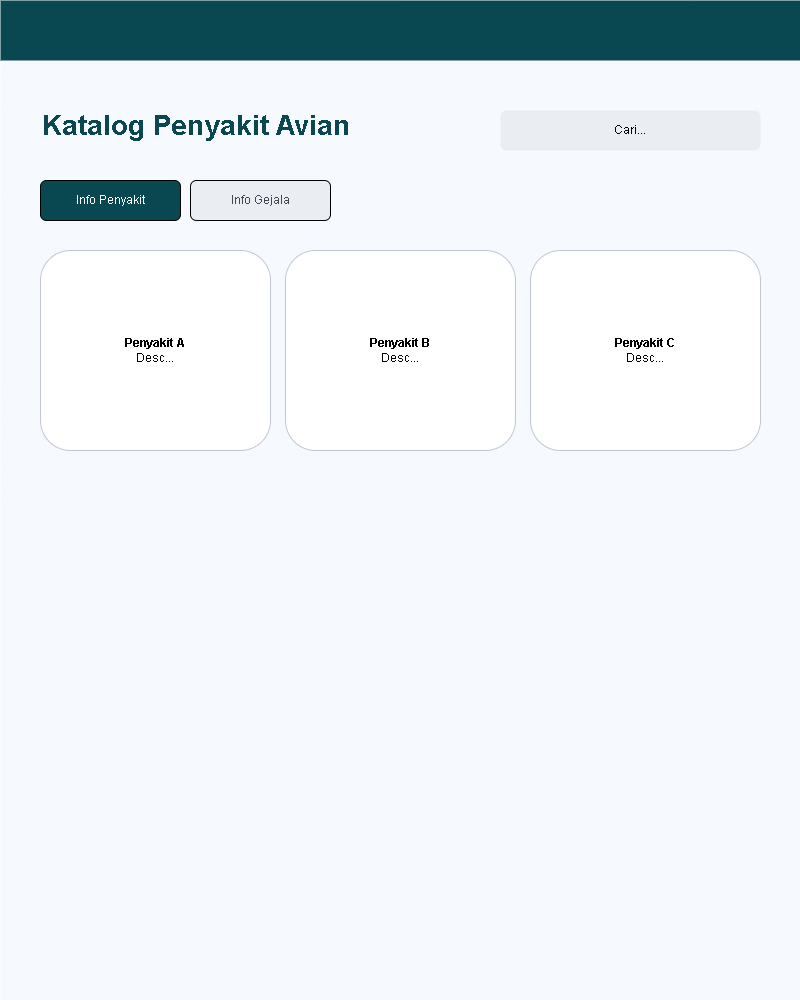
Earlier version of the draw.io export diagram/desain/katalog.png (Jinsky/Jinsky). Source tidied: cells renumbered, new cells last; positions are measured from the earlier drawing's top-left corner, leaving out a move shared by most shapes.
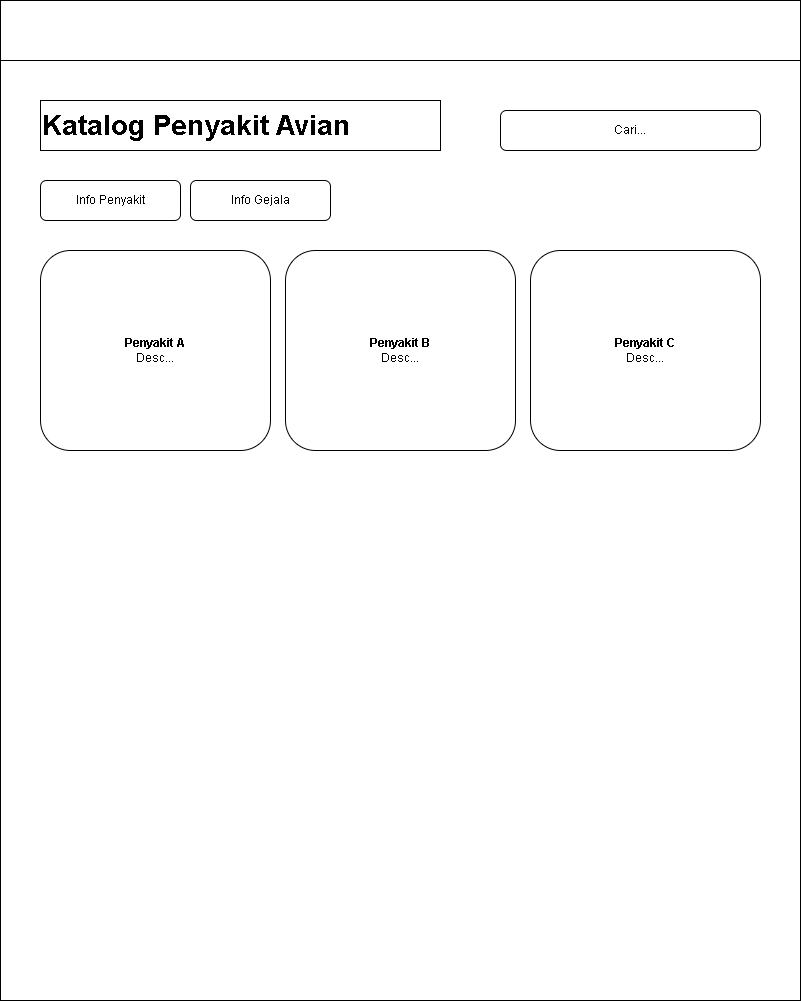
Above is the later version.

The edit, as a diff of the source:
```diff
@@ -2,31 +2,31 @@
   <root>
     <mxCell id="0" />
     <mxCell id="1" parent="0" />
-    <mxCell id="2" style="rounded=0;whiteSpace=wrap;html=1;fillColor=#f6fafe;strokeColor=none;" parent="1" vertex="1">
+    <mxCell id="2" style="rounded=0;whiteSpace=wrap;html=1;fillColor=#ffffff;strokeColor=#000000;fontColor=#000000;" parent="1" vertex="1">
       <mxGeometry width="800" height="1000" as="geometry" />
     </mxCell>
-    <mxCell id="3" style="rounded=0;whiteSpace=wrap;html=1;fillColor=#094851;strokeColor=none;" parent="1" vertex="1">
+    <mxCell id="3" style="rounded=0;whiteSpace=wrap;html=1;fillColor=#ffffff;strokeColor=#000000;fontColor=#000000;" parent="1" vertex="1">
       <mxGeometry width="800" height="60" as="geometry" />
     </mxCell>
-    <mxCell id="4" value="&lt;b&gt;Katalog Penyakit Avian&lt;/b&gt;" style="text;html=1;strokeColor=none;fillColor=none;align=left;verticalAlign=middle;whiteSpace=wrap;rounded=0;fontSize=28;fontColor=#094851;" parent="1" vertex="1">
+    <mxCell id="4" value="&lt;b&gt;Katalog Penyakit Avian&lt;/b&gt;" style="text;html=1;strokeColor=#000000;fillColor=none;align=left;verticalAlign=middle;whiteSpace=wrap;rounded=0;fontSize=28;fontColor=#000000;" parent="1" vertex="1">
       <mxGeometry x="40" y="100" width="400" height="50" as="geometry" />
     </mxCell>
-    <mxCell id="5" value="Cari..." style="rounded=0;whiteSpace=wrap;html=1;fillColor=#eaeef2;rounded=1;strokeColor=none;" parent="1" vertex="1">
+    <mxCell id="5" value="Cari..." style="rounded=1;whiteSpace=wrap;html=1;fillColor=#ffffff;strokeColor=#000000;fontColor=#000000;" parent="1" vertex="1">
       <mxGeometry x="500" y="110" width="260" height="40" as="geometry" />
     </mxCell>
-    <mxCell id="6" value="Info Penyakit" style="rounded=0;whiteSpace=wrap;html=1;fillColor=#094851;fontColor=#ffffff;rounded=1;" parent="1" vertex="1">
+    <mxCell id="6" value="Info Penyakit" style="rounded=1;whiteSpace=wrap;html=1;fillColor=#ffffff;fontColor=#000000;strokeColor=#000000;" parent="1" vertex="1">
       <mxGeometry x="40" y="180" width="140" height="40" as="geometry" />
     </mxCell>
-    <mxCell id="7" value="Info Gejala" style="rounded=0;whiteSpace=wrap;html=1;fillColor=#eaeef2;fontColor=#414750;rounded=1;" parent="1" vertex="1">
+    <mxCell id="7" value="Info Gejala" style="rounded=1;whiteSpace=wrap;html=1;fillColor=#ffffff;fontColor=#000000;strokeColor=#000000;" parent="1" vertex="1">
       <mxGeometry x="190" y="180" width="140" height="40" as="geometry" />
     </mxCell>
-    <mxCell id="8" value="&lt;b&gt;Penyakit A&lt;/b&gt;&lt;br/&gt;Desc..." style="rounded=0;whiteSpace=wrap;html=1;fillColor=#ffffff;rounded=1;strokeColor=#c1c7d1;borderLeft=4;" parent="1" vertex="1">
+    <mxCell id="8" value="&lt;b&gt;Penyakit A&lt;/b&gt;&lt;br/&gt;Desc..." style="rounded=1;whiteSpace=wrap;html=1;fillColor=#ffffff;strokeColor=#000000;borderLeft=4;fontColor=#000000;" parent="1" vertex="1">
       <mxGeometry x="40" y="250" width="230" height="200" as="geometry" />
     </mxCell>
-    <mxCell id="9" value="&lt;b&gt;Penyakit B&lt;/b&gt;&lt;br/&gt;Desc..." style="rounded=0;whiteSpace=wrap;html=1;fillColor=#ffffff;rounded=1;strokeColor=#c1c7d1;borderLeft=4;" parent="1" vertex="1">
+    <mxCell id="9" value="&lt;b&gt;Penyakit B&lt;/b&gt;&lt;br/&gt;Desc..." style="rounded=1;whiteSpace=wrap;html=1;fillColor=#ffffff;strokeColor=#000000;borderLeft=4;fontColor=#000000;" parent="1" vertex="1">
       <mxGeometry x="285" y="250" width="230" height="200" as="geometry" />
     </mxCell>
-    <mxCell id="10" value="&lt;b&gt;Penyakit C&lt;/b&gt;&lt;br/&gt;Desc..." style="rounded=0;whiteSpace=wrap;html=1;fillColor=#ffffff;rounded=1;strokeColor=#c1c7d1;borderLeft=4;" parent="1" vertex="1">
+    <mxCell id="10" value="&lt;b&gt;Penyakit C&lt;/b&gt;&lt;br/&gt;Desc..." style="rounded=1;whiteSpace=wrap;html=1;fillColor=#ffffff;strokeColor=#000000;borderLeft=4;fontColor=#000000;" parent="1" vertex="1">
       <mxGeometry x="530" y="250" width="230" height="200" as="geometry" />
     </mxCell>
   </root>
```
